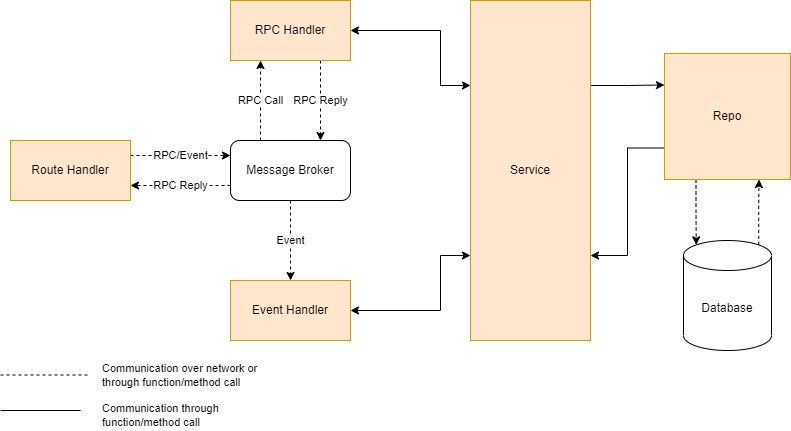
Earlier version of the draw.io export myProject/myApp/_docs/motivation-and-architecture/images/fastApp-layers.png (state-alchemists/amalgam). Source tidied: cells renumbered, new cells last; positions are measured from the earlier drawing's top-left corner, leaving out a move shared by most shapes. Source of this version:
```xml
<mxGraphModel>
  <root>
    <mxCell id="0" />
    <mxCell id="1" parent="0" />
    <mxCell id="2" value="RPC/Event" style="edgeStyle=orthogonalEdgeStyle;rounded=0;jettySize=auto;html=1;exitX=1;exitY=0.25;exitDx=0;exitDy=0;entryX=0;entryY=0.25;entryDx=0;entryDy=0;dashed=1;" parent="1" edge="1" source="3" target="19">
      <mxGeometry relative="1" as="geometry" />
    </mxCell>
    <mxCell id="3" value="Route Handler" style="rounded=0;whiteSpace=wrap;html=1;fillColor=#ffe6cc;strokeColor=#d79b00;" parent="1" vertex="1">
      <mxGeometry x="10" y="140" width="120" height="60" as="geometry" />
    </mxCell>
    <mxCell id="4" value="RPC Reply" style="edgeStyle=orthogonalEdgeStyle;rounded=0;jettySize=auto;html=1;exitX=0.75;exitY=1;exitDx=0;exitDy=0;entryX=0.75;entryY=0;entryDx=0;entryDy=0;dashed=1;" parent="1" edge="1" source="5" target="19">
      <mxGeometry relative="1" as="geometry" />
    </mxCell>
    <mxCell id="5" value="RPC Handler" style="rounded=0;whiteSpace=wrap;html=1;fillColor=#ffe6cc;strokeColor=#d79b00;" parent="1" vertex="1">
      <mxGeometry x="230" width="120" height="60" as="geometry" />
    </mxCell>
    <mxCell id="6" value="Event Handler" style="rounded=0;whiteSpace=wrap;html=1;fillColor=#ffe6cc;strokeColor=#d79b00;" parent="1" vertex="1">
      <mxGeometry x="230" y="280" width="120" height="60" as="geometry" />
    </mxCell>
    <mxCell id="7" value="RPC Reply" style="edgeStyle=orthogonalEdgeStyle;rounded=0;jettySize=auto;html=1;exitX=0;exitY=0.75;exitDx=0;exitDy=0;entryX=1;entryY=0.75;entryDx=0;entryDy=0;dashed=1;" parent="1" edge="1" source="19" target="3">
      <mxGeometry relative="1" as="geometry" />
    </mxCell>
    <mxCell id="8" value="RPC Call" style="edgeStyle=orthogonalEdgeStyle;rounded=0;jettySize=auto;html=1;exitX=0.25;exitY=0;exitDx=0;exitDy=0;entryX=0.25;entryY=1;entryDx=0;entryDy=0;dashed=1;" parent="1" edge="1" source="19" target="5">
      <mxGeometry relative="1" as="geometry" />
    </mxCell>
    <mxCell id="9" value="Event" style="edgeStyle=orthogonalEdgeStyle;rounded=0;jettySize=auto;html=1;exitX=0.5;exitY=1;exitDx=0;exitDy=0;dashed=1;" parent="1" edge="1" source="19" target="6">
      <mxGeometry relative="1" as="geometry" />
    </mxCell>
    <mxCell id="10" style="edgeStyle=orthogonalEdgeStyle;rounded=0;jettySize=auto;html=1;exitX=1;exitY=0.25;exitDx=0;exitDy=0;entryX=0;entryY=0.25;entryDx=0;entryDy=0;" parent="1" edge="1" source="11" target="14">
      <mxGeometry relative="1" as="geometry" />
    </mxCell>
    <mxCell id="11" value="Service" style="rounded=0;whiteSpace=wrap;html=1;fillColor=#ffe6cc;strokeColor=#d79b00;" parent="1" vertex="1">
      <mxGeometry x="470" width="120" height="340" as="geometry" />
    </mxCell>
    <mxCell id="12" style="edgeStyle=orthogonalEdgeStyle;rounded=0;jettySize=auto;html=1;exitX=0;exitY=0.75;exitDx=0;exitDy=0;entryX=1;entryY=0.75;entryDx=0;entryDy=0;" parent="1" edge="1" source="14" target="11">
      <mxGeometry relative="1" as="geometry" />
    </mxCell>
    <mxCell id="13" style="edgeStyle=orthogonalEdgeStyle;rounded=0;jettySize=auto;html=1;exitX=0.25;exitY=1;exitDx=0;exitDy=0;entryX=0.145;entryY=0;entryDx=0;entryDy=4.35;entryPerimeter=0;dashed=1;" parent="1" edge="1" source="14" target="16">
      <mxGeometry relative="1" as="geometry" />
    </mxCell>
    <mxCell id="14" value="Repo" style="rounded=0;whiteSpace=wrap;html=1;fillColor=#ffe6cc;strokeColor=#d79b00;" parent="1" vertex="1">
      <mxGeometry x="664" y="53" width="126" height="126" as="geometry" />
    </mxCell>
    <mxCell id="15" style="edgeStyle=orthogonalEdgeStyle;rounded=0;jettySize=auto;html=1;exitX=0.855;exitY=0;exitDx=0;exitDy=4.35;exitPerimeter=0;entryX=0.75;entryY=1;entryDx=0;entryDy=0;dashed=1;" parent="1" edge="1" source="16" target="14">
      <mxGeometry relative="1" as="geometry" />
    </mxCell>
    <mxCell id="16" value="Database" style="shape=cylinder3;whiteSpace=wrap;html=1;boundedLbl=1;backgroundOutline=1;size=15;" parent="1" vertex="1">
      <mxGeometry x="683" y="240" width="88" height="110" as="geometry" />
    </mxCell>
    <mxCell id="17" style="endArrow=classic;startArrow=classic;html=1;rounded=0;exitX=1;exitY=0.5;exitDx=0;exitDy=0;entryX=0;entryY=0.25;entryDx=0;entryDy=0;" parent="1" edge="1" source="5" target="11">
      <mxGeometry relative="1" as="geometry">
        <Array as="points">
          <mxPoint x="440" y="30" />
          <mxPoint x="440" y="85" />
        </Array>
      </mxGeometry>
    </mxCell>
    <mxCell id="18" style="endArrow=classic;startArrow=classic;html=1;rounded=0;exitX=1;exitY=0.5;exitDx=0;exitDy=0;entryX=0;entryY=0.75;entryDx=0;entryDy=0;" parent="1" edge="1" source="6" target="11">
      <mxGeometry relative="1" as="geometry">
        <Array as="points">
          <mxPoint x="440" y="310" />
          <mxPoint x="440" y="255" />
        </Array>
      </mxGeometry>
    </mxCell>
    <mxCell id="19" value="Message Broker" style="rounded=1;whiteSpace=wrap;html=1;" parent="1" vertex="1">
      <mxGeometry x="230" y="140" width="120" height="60" as="geometry" />
    </mxCell>
    <mxCell id="20" style="endArrow=none;dashed=1;html=1;rounded=0;fontSize=11;fontColor=#000000;" parent="1" edge="1">
      <mxGeometry relative="1" as="geometry">
        <mxPoint y="374.5" as="sourcePoint" />
        <mxPoint x="90" y="374.5" as="targetPoint" />
      </mxGeometry>
    </mxCell>
    <mxCell id="21" value="Communication over network or through function/method call" style="text;html=1;strokeColor=none;fillColor=none;align=left;verticalAlign=middle;whiteSpace=wrap;rounded=0;fontSize=11;fontColor=#000000;" parent="1" vertex="1">
      <mxGeometry x="100" y="360" width="190" height="30" as="geometry" />
    </mxCell>
    <mxCell id="22" style="endArrow=none;html=1;rounded=0;fontSize=11;fontColor=#000000;" parent="1" edge="1">
      <mxGeometry relative="1" as="geometry">
        <mxPoint y="410" as="sourcePoint" />
        <mxPoint x="80" y="410" as="targetPoint" />
      </mxGeometry>
    </mxCell>
    <mxCell id="23" value="Communication through function/method call" style="text;html=1;strokeColor=none;fillColor=none;align=left;verticalAlign=middle;whiteSpace=wrap;rounded=0;fontSize=11;fontColor=#000000;" parent="1" vertex="1">
      <mxGeometry x="100" y="400" width="190" height="30" as="geometry" />
    </mxCell>
  </root>
</mxGraphModel>
```
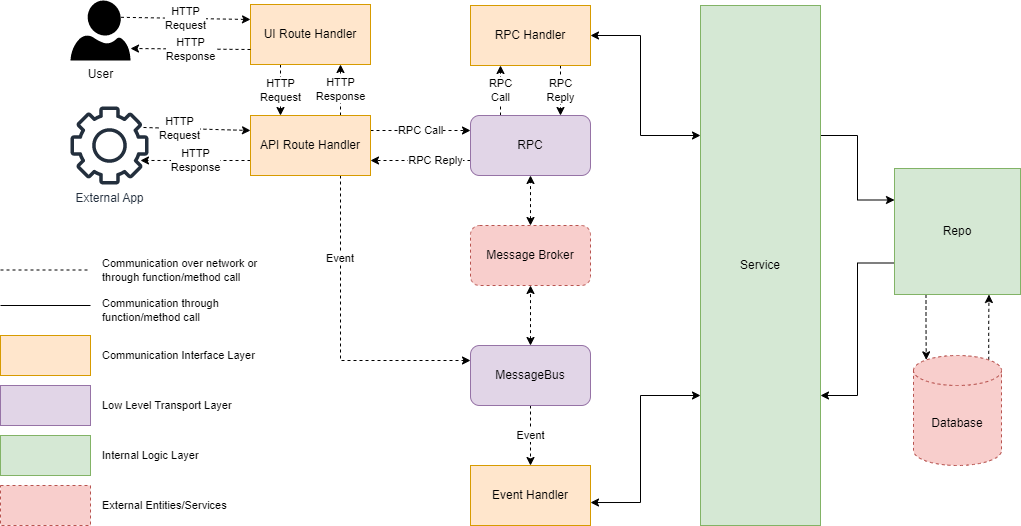
Later version of the same file.

Diff of the diagram source:
```diff
@@ -2,35 +2,38 @@
   <root>
     <mxCell id="0" />
     <mxCell id="1" parent="0" />
-    <mxCell id="2" value="RPC/Event" style="edgeStyle=orthogonalEdgeStyle;rounded=0;jettySize=auto;html=1;exitX=1;exitY=0.25;exitDx=0;exitDy=0;entryX=0;entryY=0.25;entryDx=0;entryDy=0;dashed=1;" parent="1" edge="1" source="3" target="19">
-      <mxGeometry relative="1" as="geometry" />
-    </mxCell>
+    <mxCell id="24" value="HTTP&lt;br&gt;Response" style="edgeStyle=orthogonalEdgeStyle;rounded=0;jettySize=auto;html=1;exitX=0.75;exitY=0;exitDx=0;exitDy=0;entryX=0.75;entryY=1;entryDx=0;entryDy=0;dashed=1;" parent="1" edge="1" source="3" target="31">
+      <mxGeometry relative="1" as="geometry" />
+    </mxCell>
+    <mxCell id="25" value="HTTP&lt;br&gt;Response" style="edgeStyle=orthogonalEdgeStyle;rounded=0;jettySize=auto;html=1;exitX=0;exitY=0.75;exitDx=0;exitDy=0;entryX=0.897;entryY=0.692;entryDx=0;entryDy=0;entryPerimeter=0;dashed=1;" parent="1" edge="1" source="3" target="35">
+      <mxGeometry relative="1" as="geometry" />
+    </mxCell>
+    <mxCell id="26" value="RPC Call" style="edgeStyle=orthogonalEdgeStyle;rounded=0;jettySize=auto;html=1;exitX=1;exitY=0.25;exitDx=0;exitDy=0;entryX=0;entryY=0.25;entryDx=0;entryDy=0;dashed=1;" parent="1" edge="1" source="3" target="41">
+      <mxGeometry relative="1" as="geometry" />
+    </mxCell>
+    <mxCell id="27" style="edgeStyle=orthogonalEdgeStyle;rounded=0;jettySize=auto;html=1;exitX=0.75;exitY=1;exitDx=0;exitDy=0;entryX=0;entryY=0.25;entryDx=0;entryDy=0;dashed=1;" parent="1" edge="1" source="3" target="43">
+      <mxGeometry relative="1" as="geometry" />
+    </mxCell>
+    <mxCell id="28" value="Event&amp;nbsp;" style="edgeLabel;html=1;align=center;verticalAlign=middle;" parent="27" vertex="1">
+      <mxGeometry x="-0.48" relative="1" as="geometry" />
+    </mxCell>
-    <mxCell id="3" value="Route Handler" style="rounded=0;whiteSpace=wrap;html=1;fillColor=#ffe6cc;strokeColor=#d79b00;" parent="1" vertex="1">
-      <mxGeometry x="10" y="140" width="120" height="60" as="geometry" />
+    <mxCell id="3" value="API Route Handler" style="rounded=0;whiteSpace=wrap;html=1;fillColor=#ffe6cc;strokeColor=#d79b00;" parent="1" vertex="1">
+      <mxGeometry x="20" width="120" height="60" as="geometry" />
     </mxCell>
-    <mxCell id="4" value="RPC Reply" style="edgeStyle=orthogonalEdgeStyle;rounded=0;jettySize=auto;html=1;exitX=0.75;exitY=1;exitDx=0;exitDy=0;entryX=0.75;entryY=0;entryDx=0;entryDy=0;dashed=1;" parent="1" edge="1" source="5" target="19">
-      <mxGeometry relative="1" as="geometry" />
-    </mxCell>
+    <mxCell id="29" value="RPC&lt;br&gt;Reply" style="edgeStyle=orthogonalEdgeStyle;rounded=0;jettySize=auto;html=1;exitX=0.75;exitY=1;exitDx=0;exitDy=0;entryX=0.75;entryY=0;entryDx=0;entryDy=0;dashed=1;" parent="1" edge="1" source="5" target="41">
+      <mxGeometry relative="1" as="geometry" />
+    </mxCell>
     <mxCell id="5" value="RPC Handler" style="rounded=0;whiteSpace=wrap;html=1;fillColor=#ffe6cc;strokeColor=#d79b00;" parent="1" vertex="1">
-      <mxGeometry x="230" width="120" height="60" as="geometry" />
+      <mxGeometry x="240" y="-110" width="120" height="60" as="geometry" />
     </mxCell>
     <mxCell id="6" value="Event Handler" style="rounded=0;whiteSpace=wrap;html=1;fillColor=#ffe6cc;strokeColor=#d79b00;" parent="1" vertex="1">
-      <mxGeometry x="230" y="280" width="120" height="60" as="geometry" />
+      <mxGeometry x="240" y="350" width="120" height="60" as="geometry" />
     </mxCell>
-    <mxCell id="7" value="RPC Reply" style="edgeStyle=orthogonalEdgeStyle;rounded=0;jettySize=auto;html=1;exitX=0;exitY=0.75;exitDx=0;exitDy=0;entryX=1;entryY=0.75;entryDx=0;entryDy=0;dashed=1;" parent="1" edge="1" source="19" target="3">
-      <mxGeometry relative="1" as="geometry" />
-    </mxCell>
-    <mxCell id="8" value="RPC Call" style="edgeStyle=orthogonalEdgeStyle;rounded=0;jettySize=auto;html=1;exitX=0.25;exitY=0;exitDx=0;exitDy=0;entryX=0.25;entryY=1;entryDx=0;entryDy=0;dashed=1;" parent="1" edge="1" source="19" target="5">
-      <mxGeometry relative="1" as="geometry" />
-    </mxCell>
-    <mxCell id="9" value="Event" style="edgeStyle=orthogonalEdgeStyle;rounded=0;jettySize=auto;html=1;exitX=0.5;exitY=1;exitDx=0;exitDy=0;dashed=1;" parent="1" edge="1" source="19" target="6">
-      <mxGeometry relative="1" as="geometry" />
-    </mxCell>
     <mxCell id="10" style="edgeStyle=orthogonalEdgeStyle;rounded=0;jettySize=auto;html=1;exitX=1;exitY=0.25;exitDx=0;exitDy=0;entryX=0;entryY=0.25;entryDx=0;entryDy=0;" parent="1" edge="1" source="11" target="14">
       <mxGeometry relative="1" as="geometry" />
     </mxCell>
-    <mxCell id="11" value="Service" style="rounded=0;whiteSpace=wrap;html=1;fillColor=#ffe6cc;strokeColor=#d79b00;" parent="1" vertex="1">
-      <mxGeometry x="470" width="120" height="340" as="geometry" />
+    <mxCell id="11" value="Service" style="rounded=0;whiteSpace=wrap;html=1;fillColor=#d5e8d4;strokeColor=#82b366;" parent="1" vertex="1">
+      <mxGeometry x="470" y="-110" width="120" height="520" as="geometry" />
     </mxCell>
     <mxCell id="12" style="edgeStyle=orthogonalEdgeStyle;rounded=0;jettySize=auto;html=1;exitX=0;exitY=0.75;exitDx=0;exitDy=0;entryX=1;entryY=0.75;entryDx=0;entryDy=0;" parent="1" edge="1" source="14" target="11">
       <mxGeometry relative="1" as="geometry" />
@@ -38,51 +41,123 @@
     <mxCell id="13" style="edgeStyle=orthogonalEdgeStyle;rounded=0;jettySize=auto;html=1;exitX=0.25;exitY=1;exitDx=0;exitDy=0;entryX=0.145;entryY=0;entryDx=0;entryDy=4.35;entryPerimeter=0;dashed=1;" parent="1" edge="1" source="14" target="16">
       <mxGeometry relative="1" as="geometry" />
     </mxCell>
-    <mxCell id="14" value="Repo" style="rounded=0;whiteSpace=wrap;html=1;fillColor=#ffe6cc;strokeColor=#d79b00;" parent="1" vertex="1">
+    <mxCell id="14" value="Repo" style="rounded=0;whiteSpace=wrap;html=1;fillColor=#d5e8d4;strokeColor=#82b366;" parent="1" vertex="1">
       <mxGeometry x="664" y="53" width="126" height="126" as="geometry" />
     </mxCell>
     <mxCell id="15" style="edgeStyle=orthogonalEdgeStyle;rounded=0;jettySize=auto;html=1;exitX=0.855;exitY=0;exitDx=0;exitDy=4.35;exitPerimeter=0;entryX=0.75;entryY=1;entryDx=0;entryDy=0;dashed=1;" parent="1" edge="1" source="16" target="14">
       <mxGeometry relative="1" as="geometry" />
     </mxCell>
-    <mxCell id="16" value="Database" style="shape=cylinder3;whiteSpace=wrap;html=1;boundedLbl=1;backgroundOutline=1;size=15;" parent="1" vertex="1">
+    <mxCell id="16" value="Database" style="shape=cylinder3;whiteSpace=wrap;html=1;boundedLbl=1;backgroundOutline=1;size=15;fillColor=#f8cecc;strokeColor=#b85450;dashed=1;" parent="1" vertex="1">
       <mxGeometry x="683" y="240" width="88" height="110" as="geometry" />
     </mxCell>
-    <mxCell id="17" style="endArrow=classic;startArrow=classic;html=1;rounded=0;exitX=1;exitY=0.5;exitDx=0;exitDy=0;entryX=0;entryY=0.25;entryDx=0;entryDy=0;" parent="1" edge="1" source="5" target="11">
-      <mxGeometry relative="1" as="geometry">
-        <Array as="points">
-          <mxPoint x="440" y="30" />
-          <mxPoint x="440" y="85" />
-        </Array>
-      </mxGeometry>
-    </mxCell>
-    <mxCell id="18" style="endArrow=classic;startArrow=classic;html=1;rounded=0;exitX=1;exitY=0.5;exitDx=0;exitDy=0;entryX=0;entryY=0.75;entryDx=0;entryDy=0;" parent="1" edge="1" source="6" target="11">
-      <mxGeometry relative="1" as="geometry">
-        <Array as="points">
-          <mxPoint x="440" y="310" />
-          <mxPoint x="440" y="255" />
-        </Array>
-      </mxGeometry>
-    </mxCell>
-    <mxCell id="19" value="Message Broker" style="rounded=1;whiteSpace=wrap;html=1;" parent="1" vertex="1">
-      <mxGeometry x="230" y="140" width="120" height="60" as="geometry" />
+    <mxCell id="19" value="Message Broker" style="rounded=1;whiteSpace=wrap;html=1;fillColor=#f8cecc;strokeColor=#b85450;dashed=1;" parent="1" vertex="1">
+      <mxGeometry x="240" y="110" width="120" height="60" as="geometry" />
     </mxCell>
     <mxCell id="20" style="endArrow=none;dashed=1;html=1;rounded=0;fontSize=11;fontColor=#000000;" parent="1" edge="1">
       <mxGeometry relative="1" as="geometry">
-        <mxPoint y="374.5" as="sourcePoint" />
-        <mxPoint x="90" y="374.5" as="targetPoint" />
+        <mxPoint x="-230" y="154.5" as="sourcePoint" />
+        <mxPoint x="-140" y="154.5" as="targetPoint" />
       </mxGeometry>
     </mxCell>
     <mxCell id="21" value="Communication over network or through function/method call" style="text;html=1;strokeColor=none;fillColor=none;align=left;verticalAlign=middle;whiteSpace=wrap;rounded=0;fontSize=11;fontColor=#000000;" parent="1" vertex="1">
-      <mxGeometry x="100" y="360" width="190" height="30" as="geometry" />
+      <mxGeometry x="-130" y="140" width="190" height="30" as="geometry" />
     </mxCell>
     <mxCell id="22" style="endArrow=none;html=1;rounded=0;fontSize=11;fontColor=#000000;" parent="1" edge="1">
       <mxGeometry relative="1" as="geometry">
-        <mxPoint y="410" as="sourcePoint" />
-        <mxPoint x="80" y="410" as="targetPoint" />
+        <mxPoint x="-230" y="190" as="sourcePoint" />
+        <mxPoint x="-140" y="190" as="targetPoint" />
       </mxGeometry>
     </mxCell>
     <mxCell id="23" value="Communication through function/method call" style="text;html=1;strokeColor=none;fillColor=none;align=left;verticalAlign=middle;whiteSpace=wrap;rounded=0;fontSize=11;fontColor=#000000;" parent="1" vertex="1">
-      <mxGeometry x="100" y="400" width="190" height="30" as="geometry" />
+      <mxGeometry x="-130" y="180" width="190" height="30" as="geometry" />
     </mxCell>
+    <mxCell id="30" value="HTTP&lt;br&gt;Request" style="edgeStyle=orthogonalEdgeStyle;rounded=0;jettySize=auto;html=1;exitX=0.25;exitY=1;exitDx=0;exitDy=0;entryX=0.25;entryY=0;entryDx=0;entryDy=0;dashed=1;" parent="1" edge="1" source="31" target="3">
+      <mxGeometry relative="1" as="geometry" />
+    </mxCell>
+    <mxCell id="31" value="UI Route Handler" style="rounded=0;whiteSpace=wrap;html=1;fillColor=#ffe6cc;strokeColor=#d79b00;" parent="1" vertex="1">
+      <mxGeometry x="20" y="-111" width="120" height="60" as="geometry" />
+    </mxCell>
+    <mxCell id="32" value="HTTP&lt;br&gt;Request" style="endArrow=classic;html=1;rounded=0;dashed=1;entryX=0;entryY=0.25;entryDx=0;entryDy=0;exitX=0.84;exitY=0.28;exitDx=0;exitDy=0;exitPerimeter=0;" parent="1" edge="1" source="34" target="31">
+      <mxGeometry relative="1" as="geometry" />
+    </mxCell>
+    <mxCell id="33" value="HTTP&lt;br&gt;Response" style="endArrow=classic;html=1;rounded=0;dashed=1;exitX=0;exitY=0.75;exitDx=0;exitDy=0;entryX=1;entryY=0.8;entryDx=0;entryDy=0;entryPerimeter=0;" parent="1" edge="1" source="31" target="34">
+      <mxGeometry relative="1" as="geometry" />
+    </mxCell>
+    <mxCell id="34" value="User" style="verticalLabelPosition=bottom;html=1;verticalAlign=top;align=center;strokeColor=none;fillColor=#000000;shape=mxgraph.azure.user;" parent="1" vertex="1">
+      <mxGeometry x="-160" y="-115" width="60" height="60" as="geometry" />
+    </mxCell>
+    <mxCell id="35" value="External App" style="sketch=0;outlineConnect=0;fontColor=#232F3E;gradientColor=none;fillColor=#232F3D;strokeColor=none;dashed=0;verticalLabelPosition=bottom;verticalAlign=top;align=center;html=1;fontSize=12;fontStyle=0;shape=mxgraph.aws4.gear;" parent="1" vertex="1">
+      <mxGeometry x="-160" y="-9" width="78" height="78" as="geometry" />
+    </mxCell>
+    <mxCell id="36" style="endArrow=classic;html=1;rounded=0;dashed=1;entryX=0;entryY=0.25;entryDx=0;entryDy=0;exitX=0.936;exitY=0.269;exitDx=0;exitDy=0;exitPerimeter=0;" parent="1" edge="1" source="35" target="3">
+      <mxGeometry relative="1" as="geometry" />
+    </mxCell>
+    <mxCell id="37" value="HTTP&lt;br&gt;Request" style="edgeLabel;html=1;align=center;verticalAlign=middle;" parent="36" vertex="1">
+      <mxGeometry x="-0.33" relative="1" as="geometry" />
+    </mxCell>
+    <mxCell id="38" style="edgeStyle=orthogonalEdgeStyle;rounded=0;jettySize=auto;html=1;exitX=0;exitY=0.75;exitDx=0;exitDy=0;entryX=1;entryY=0.75;entryDx=0;entryDy=0;dashed=1;" parent="1" edge="1" source="41" target="3">
+      <mxGeometry relative="1" as="geometry" />
+    </mxCell>
+    <mxCell id="39" value="RPC Reply" style="edgeLabel;html=1;align=center;verticalAlign=middle;" parent="38" vertex="1">
+      <mxGeometry x="-0.28" y="-1" relative="1" as="geometry" />
+    </mxCell>
+    <mxCell id="40" value="RPC&lt;br&gt;Call" style="edgeStyle=orthogonalEdgeStyle;rounded=0;jettySize=auto;html=1;exitX=0.25;exitY=0;exitDx=0;exitDy=0;entryX=0.25;entryY=1;entryDx=0;entryDy=0;dashed=1;" parent="1" edge="1" source="41" target="5">
+      <mxGeometry relative="1" as="geometry" />
+    </mxCell>
+    <mxCell id="41" value="RPC" style="rounded=1;whiteSpace=wrap;html=1;strokeColor=#9673a6;fillColor=#e1d5e7;" parent="1" vertex="1">
+      <mxGeometry x="240" width="120" height="60" as="geometry" />
+    </mxCell>
+    <mxCell id="42" value="Event" style="edgeStyle=orthogonalEdgeStyle;rounded=0;jettySize=auto;html=1;dashed=1;" parent="1" edge="1" source="43" target="6">
+      <mxGeometry relative="1" as="geometry" />
+    </mxCell>
+    <mxCell id="43" value="MessageBus" style="rounded=1;whiteSpace=wrap;html=1;strokeColor=#9673a6;fillColor=#e1d5e7;" parent="1" vertex="1">
+      <mxGeometry x="240" y="230" width="120" height="60" as="geometry" />
+    </mxCell>
+    <mxCell id="44" style="endArrow=classic;startArrow=classic;html=1;rounded=0;dashed=1;entryX=0.5;entryY=1;entryDx=0;entryDy=0;" parent="1" edge="1" source="19" target="41">
+      <mxGeometry relative="1" as="geometry" />
+    </mxCell>
+    <mxCell id="45" style="endArrow=classic;startArrow=classic;html=1;rounded=0;dashed=1;entryX=0.5;entryY=1;entryDx=0;entryDy=0;exitX=0.5;exitY=0;exitDx=0;exitDy=0;" parent="1" edge="1" source="43" target="19">
+      <mxGeometry relative="1" as="geometry" />
+    </mxCell>
+    <mxCell id="17" style="endArrow=classic;startArrow=classic;html=1;rounded=0;exitX=1;exitY=0.5;exitDx=0;exitDy=0;entryX=0;entryY=0.25;entryDx=0;entryDy=0;" parent="1" edge="1" source="5" target="11">
+      <mxGeometry relative="1" as="geometry">
+        <Array as="points">
+          <mxPoint x="410" y="-80" />
+          <mxPoint x="410" y="20" />
+        </Array>
+      </mxGeometry>
+    </mxCell>
+    <mxCell id="18" style="endArrow=classic;startArrow=classic;html=1;rounded=0;entryX=0;entryY=0.75;entryDx=0;entryDy=0;exitX=1;exitY=0.617;exitDx=0;exitDy=0;exitPerimeter=0;" parent="1" edge="1" source="6" target="11">
+      <mxGeometry relative="1" as="geometry">
+        <Array as="points">
+          <mxPoint x="410" y="387" />
+          <mxPoint x="410" y="280" />
+        </Array>
+      </mxGeometry>
+    </mxCell>
+    <mxCell id="46" style="rounded=0;whiteSpace=wrap;html=1;strokeColor=#d79b00;fillColor=#ffe6cc;" parent="1" vertex="1">
+      <mxGeometry x="-230" y="220" width="90" height="40" as="geometry" />
+    </mxCell>
+    <mxCell id="47" style="rounded=0;whiteSpace=wrap;html=1;strokeColor=#9673a6;fillColor=#e1d5e7;" parent="1" vertex="1">
+      <mxGeometry x="-230" y="270" width="90" height="40" as="geometry" />
+    </mxCell>
+    <mxCell id="48" style="rounded=0;whiteSpace=wrap;html=1;strokeColor=#82b366;fillColor=#d5e8d4;" parent="1" vertex="1">
+      <mxGeometry x="-230" y="320" width="90" height="40" as="geometry" />
+    </mxCell>
+    <mxCell id="49" style="rounded=0;whiteSpace=wrap;html=1;strokeColor=#b85450;fillColor=#f8cecc;dashed=1;" parent="1" vertex="1">
+      <mxGeometry x="-230" y="370" width="90" height="40" as="geometry" />
+    </mxCell>
+    <mxCell id="50" value="Communication Interface Layer" style="text;html=1;strokeColor=none;fillColor=none;align=left;verticalAlign=middle;whiteSpace=wrap;rounded=0;fontSize=11;fontColor=#000000;" parent="1" vertex="1">
+      <mxGeometry x="-130" y="225" width="190" height="30" as="geometry" />
+    </mxCell>
+    <mxCell id="51" value="Low Level Transport Layer" style="text;html=1;strokeColor=none;fillColor=none;align=left;verticalAlign=middle;whiteSpace=wrap;rounded=0;fontSize=11;fontColor=#000000;" parent="1" vertex="1">
+      <mxGeometry x="-130" y="275" width="190" height="30" as="geometry" />
+    </mxCell>
+    <mxCell id="52" value="Internal Logic Layer" style="text;html=1;strokeColor=none;fillColor=none;align=left;verticalAlign=middle;whiteSpace=wrap;rounded=0;fontSize=11;fontColor=#000000;" parent="1" vertex="1">
+      <mxGeometry x="-130" y="325" width="190" height="30" as="geometry" />
+    </mxCell>
+    <mxCell id="53" value="External Entities/Services" style="text;html=1;strokeColor=none;fillColor=none;align=left;verticalAlign=middle;whiteSpace=wrap;rounded=0;fontSize=11;fontColor=#000000;" parent="1" vertex="1">
+      <mxGeometry x="-130" y="375" width="190" height="30" as="geometry" />
+    </mxCell>
   </root>
 </mxGraphModel>
```
